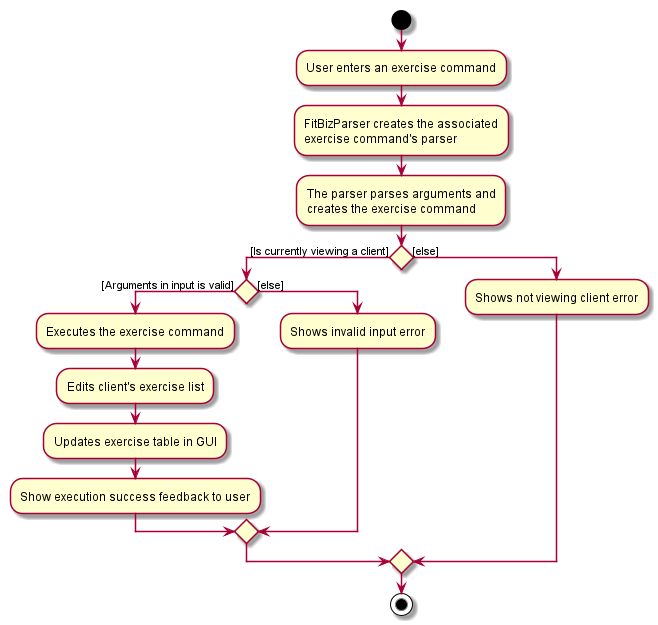
Above: docs/images/ExerciseCommandActivityDiagram.png in nus-cs2103-AY1920S2/addressbook-level3 (PlantUML), before the change.
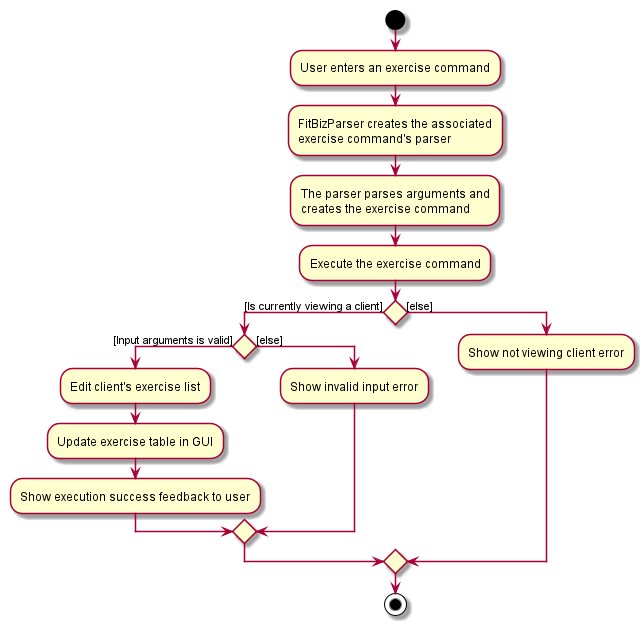
After the change.

The edit, as a diff of the source:
```diff
@@ -7,19 +7,18 @@
 exercise command's parser;
 :The parser parses arguments and
 creates the exercise command;
-
+:Execute the exercise command;
 
 if () then ([Is currently viewing a client])
-    if () then ([Arguments in input is valid])
-        :Executes the exercise command;
-        :Edits client's exercise list;
-        :Updates exercise table in GUI;
+    if () then ([Input arguments is valid])
+        :Edit client's exercise list;
+        :Update exercise table in GUI;
         :Show execution success feedback to user;
     else ([else])
-        :Shows invalid input error;
+        :Show invalid input error;
     endif
 else ([else])
-    :Shows not viewing client error;
+    :Show not viewing client error;
 endif
 
 stop
```
